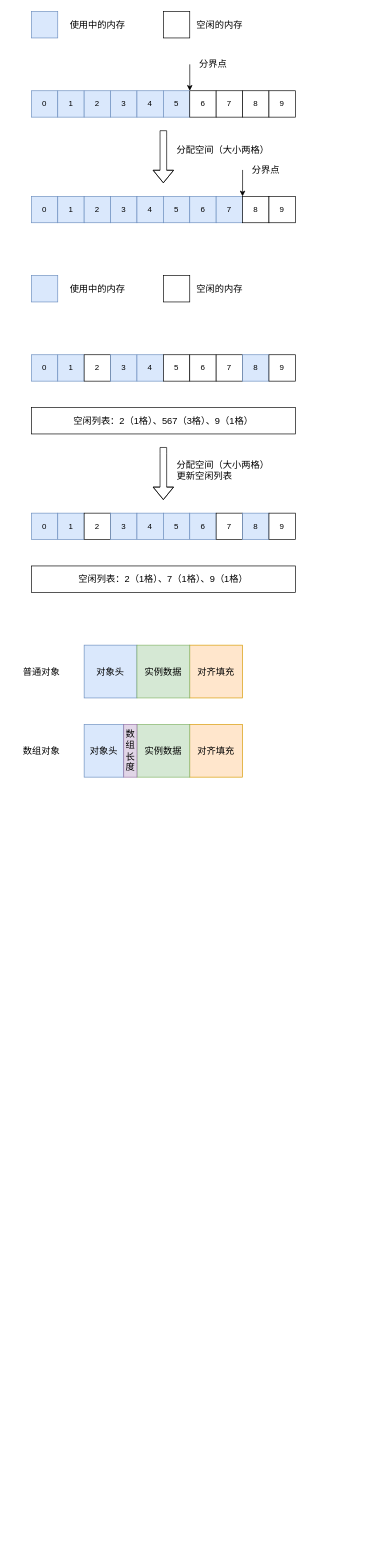
This is 漫谈 对象创建的过程/漫谈 对象创建的过程.drawio from zero-97/picture-of-the-article, a draw.io file, before an edit. Source tidied: cells renumbered, new cells numbered last; positions are measured from the earlier drawing's top-left corner, leaving out a move shared by most shapes. Both pictures are drawn from the tidied source at 66%, with x=0, y=0 at pixel (18, 11).
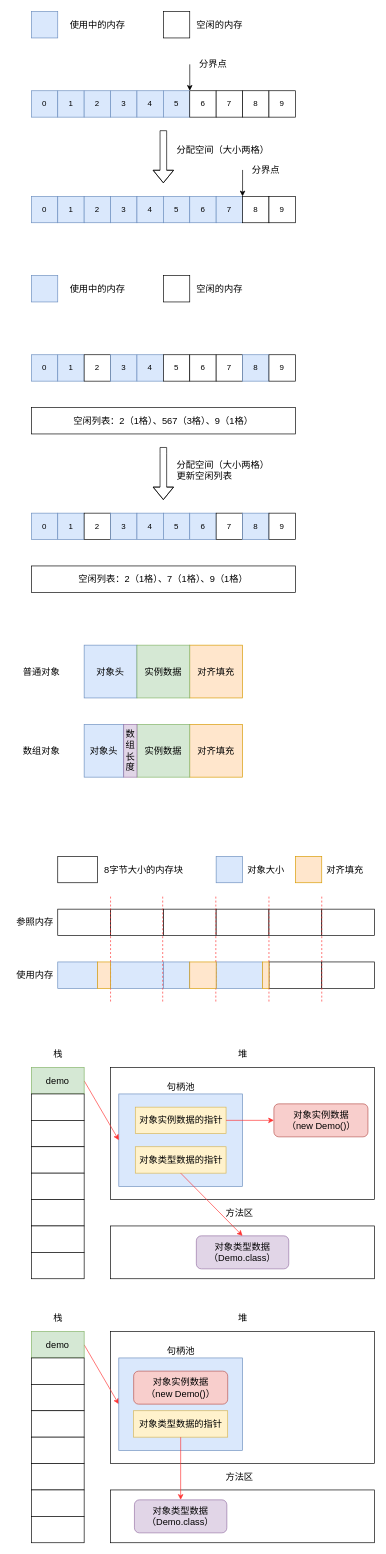
Above is the later version.

Commit message:
Update 漫谈 对象创建的过程.drawio

What changed in the source:
```diff
@@
+    <mxCell id="70" style="rounded=0;whiteSpace=wrap;html=1;fontSize=14;align=center;" parent="1" vertex="1">
+      <mxGeometry x="140" y="1600" width="400" height="200" as="geometry" />
+    </mxCell>
+    <mxCell id="71" style="rounded=0;whiteSpace=wrap;html=1;fontSize=14;align=center;fillColor=#dae8fc;strokeColor=#6c8ebf;" parent="1" vertex="1">
+      <mxGeometry x="152.5" y="1640" width="187.5" height="140" as="geometry" />
+    </mxCell>
@@
+    <mxCell id="72" style="rounded=0;whiteSpace=wrap;html=1;fontSize=14;align=center;" parent="1" vertex="1">
+      <mxGeometry x="60" y="1280" width="60" height="40" as="geometry" />
+    </mxCell>
+    <mxCell id="73" style="rounded=0;whiteSpace=wrap;html=1;fontSize=14;align=center;" parent="1" vertex="1">
+      <mxGeometry x="60" y="1360" width="80" height="40" as="geometry" />
+    </mxCell>
+    <mxCell id="74" value="8字节大小的内存块" style="text;html=1;align=center;verticalAlign=middle;strokeColor=none;fillColor=none;fontSize=14;" parent="1" vertex="1">
+      <mxGeometry x="120" y="1290" width="140" height="20" as="geometry" />
+    </mxCell>
+    <mxCell id="75" style="rounded=0;whiteSpace=wrap;html=1;fontSize=14;align=center;fillColor=#dae8fc;strokeColor=#6c8ebf;" parent="1" vertex="1">
+      <mxGeometry x="300" y="1280" width="40" height="40" as="geometry" />
+    </mxCell>
+    <mxCell id="76" value="对象大小" style="text;html=1;align=center;verticalAlign=middle;strokeColor=none;fillColor=none;fontSize=14;" parent="1" vertex="1">
+      <mxGeometry x="340" y="1290" width="70" height="20" as="geometry" />
+    </mxCell>
+    <mxCell id="77" style="rounded=0;whiteSpace=wrap;html=1;fontSize=14;align=center;fillColor=#ffe6cc;strokeColor=#d79b00;" parent="1" vertex="1">
+      <mxGeometry x="420" y="1280" width="40" height="40" as="geometry" />
+    </mxCell>
+    <mxCell id="78" style="rounded=0;whiteSpace=wrap;html=1;fontSize=14;align=center;" parent="1" vertex="1">
+      <mxGeometry x="140" y="1360" width="80" height="40" as="geometry" />
+    </mxCell>
+    <mxCell id="79" style="rounded=0;whiteSpace=wrap;html=1;fontSize=14;align=center;" parent="1" vertex="1">
+      <mxGeometry x="220" y="1360" width="80" height="40" as="geometry" />
+    </mxCell>
+    <mxCell id="80" style="rounded=0;whiteSpace=wrap;html=1;fontSize=14;align=center;" parent="1" vertex="1">
+      <mxGeometry x="300" y="1360" width="80" height="40" as="geometry" />
+    </mxCell>
+    <mxCell id="81" style="rounded=0;whiteSpace=wrap;html=1;fontSize=14;align=center;" parent="1" vertex="1">
+      <mxGeometry x="380" y="1360" width="80" height="40" as="geometry" />
+    </mxCell>
+    <mxCell id="82" style="rounded=0;whiteSpace=wrap;html=1;fontSize=14;align=center;" parent="1" vertex="1">
+      <mxGeometry x="460" y="1360" width="80" height="40" as="geometry" />
+    </mxCell>
+    <mxCell id="83" value="对齐填充" style="text;html=1;align=center;verticalAlign=middle;strokeColor=none;fillColor=none;fontSize=14;" parent="1" vertex="1">
+      <mxGeometry x="460" y="1290" width="70" height="20" as="geometry" />
+    </mxCell>
+    <mxCell id="84" style="rounded=0;whiteSpace=wrap;html=1;fontSize=14;align=center;fillColor=#dae8fc;strokeColor=#6c8ebf;" parent="1" vertex="1">
+      <mxGeometry x="60" y="1440" width="60" height="40" as="geometry" />
+    </mxCell>
+    <mxCell id="85" style="rounded=0;whiteSpace=wrap;html=1;fontSize=14;align=center;fillColor=#dae8fc;strokeColor=#6c8ebf;" parent="1" vertex="1">
+      <mxGeometry x="140" y="1440" width="80" height="40" as="geometry" />
+    </mxCell>
+    <mxCell id="86" style="rounded=0;whiteSpace=wrap;html=1;fontSize=14;align=center;fillColor=#dae8fc;strokeColor=#6c8ebf;" parent="1" vertex="1">
+      <mxGeometry x="220" y="1440" width="40" height="40" as="geometry" />
+    </mxCell>
+    <mxCell id="87" style="rounded=0;whiteSpace=wrap;html=1;fontSize=14;align=center;fillColor=#dae8fc;strokeColor=#6c8ebf;" parent="1" vertex="1">
+      <mxGeometry x="300" y="1440" width="70" height="40" as="geometry" />
+    </mxCell>
+    <mxCell id="88" style="rounded=0;whiteSpace=wrap;html=1;fontSize=14;align=center;" parent="1" vertex="1">
+      <mxGeometry x="380" y="1440" width="80" height="40" as="geometry" />
+    </mxCell>
+    <mxCell id="89" style="rounded=0;whiteSpace=wrap;html=1;fontSize=14;align=center;" parent="1" vertex="1">
+      <mxGeometry x="460" y="1440" width="80" height="40" as="geometry" />
+    </mxCell>
+    <mxCell id="90" value="参照内存" style="text;html=1;align=center;verticalAlign=middle;strokeColor=none;fillColor=none;fontSize=14;" parent="1" vertex="1">
+      <mxGeometry x="-10" y="1370" width="70" height="20" as="geometry" />
+    </mxCell>
+    <mxCell id="91" value="使用内存" style="text;html=1;align=center;verticalAlign=middle;strokeColor=none;fillColor=none;fontSize=14;" parent="1" vertex="1">
+      <mxGeometry x="-10" y="1450" width="70" height="20" as="geometry" />
+    </mxCell>
+    <mxCell id="92" style="endArrow=none;dashed=1;html=1;rounded=0;fontSize=14;strokeColor=#FF3333;" parent="1" edge="1">
+      <mxGeometry relative="1" as="geometry">
+        <mxPoint x="140" y="1500" as="sourcePoint" />
+        <mxPoint x="140" y="1340" as="targetPoint" />
+      </mxGeometry>
+    </mxCell>
+    <mxCell id="93" style="endArrow=none;dashed=1;html=1;rounded=0;fontSize=14;strokeColor=#FF3333;" parent="1" edge="1">
+      <mxGeometry relative="1" as="geometry">
+        <mxPoint x="219" y="1500" as="sourcePoint" />
+        <mxPoint x="219" y="1340" as="targetPoint" />
+      </mxGeometry>
+    </mxCell>
+    <mxCell id="94" style="endArrow=none;dashed=1;html=1;rounded=0;fontSize=14;strokeColor=#FF3333;" parent="1" edge="1">
+      <mxGeometry relative="1" as="geometry">
+        <mxPoint x="299.5" y="1500" as="sourcePoint" />
+        <mxPoint x="299.5" y="1340" as="targetPoint" />
+      </mxGeometry>
+    </mxCell>
+    <mxCell id="95" style="endArrow=none;dashed=1;html=1;rounded=0;fontSize=14;strokeColor=#FF3333;" parent="1" edge="1">
+      <mxGeometry relative="1" as="geometry">
+        <mxPoint x="380" y="1500" as="sourcePoint" />
+        <mxPoint x="380" y="1340" as="targetPoint" />
+      </mxGeometry>
+    </mxCell>
+    <mxCell id="96" style="endArrow=none;dashed=1;html=1;rounded=0;fontSize=14;strokeColor=#FF3333;" parent="1" edge="1">
+      <mxGeometry relative="1" as="geometry">
+        <mxPoint x="460" y="1500" as="sourcePoint" />
+        <mxPoint x="460" y="1340" as="targetPoint" />
+      </mxGeometry>
+    </mxCell>
+    <mxCell id="97" style="rounded=0;whiteSpace=wrap;html=1;fontSize=14;align=center;fillColor=#ffe6cc;strokeColor=#d79b00;" parent="1" vertex="1">
+      <mxGeometry x="120" y="1440" width="20" height="40" as="geometry" />
+    </mxCell>
+    <mxCell id="98" style="rounded=0;whiteSpace=wrap;html=1;fontSize=14;align=center;fillColor=#ffe6cc;strokeColor=#d79b00;" parent="1" vertex="1">
+      <mxGeometry x="260" y="1440" width="40" height="40" as="geometry" />
+    </mxCell>
+    <mxCell id="99" style="rounded=0;whiteSpace=wrap;html=1;fontSize=14;align=center;fillColor=#ffe6cc;strokeColor=#d79b00;" parent="1" vertex="1">
+      <mxGeometry x="370" y="1440" width="10" height="40" as="geometry" />
+    </mxCell>
+    <mxCell id="100" value="栈" style="text;html=1;align=center;verticalAlign=middle;strokeColor=none;fillColor=none;fontSize=14;" parent="1" vertex="1">
+      <mxGeometry x="45" y="1570" width="30" height="20" as="geometry" />
+    </mxCell>
+    <mxCell id="101" style="rounded=0;jettySize=auto;html=1;fontSize=14;fontColor=#000000;strokeColor=#FF3333;exitX=1;exitY=0.5;exitDx=0;exitDy=0;entryX=0;entryY=0.5;entryDx=0;entryDy=0;" parent="1" edge="1" source="102" target="71">
+      <mxGeometry relative="1" as="geometry" />
+    </mxCell>
+    <mxCell id="102" value="demo" style="rounded=0;whiteSpace=wrap;html=1;fontSize=14;align=center;fillColor=#d5e8d4;strokeColor=#82b366;" parent="1" vertex="1">
+      <mxGeometry x="20" y="1600" width="80" height="40" as="geometry" />
+    </mxCell>
+    <mxCell id="103" style="rounded=0;whiteSpace=wrap;html=1;fontSize=14;align=center;" parent="1" vertex="1">
+      <mxGeometry x="20" y="1640" width="80" height="40" as="geometry" />
+    </mxCell>
+    <mxCell id="104" style="rounded=0;whiteSpace=wrap;html=1;fontSize=14;align=center;" parent="1" vertex="1">
+      <mxGeometry x="20" y="1680" width="80" height="40" as="geometry" />
+    </mxCell>
+    <mxCell id="105" style="rounded=0;whiteSpace=wrap;html=1;fontSize=14;align=center;" parent="1" vertex="1">
+      <mxGeometry x="20" y="1720" width="80" height="40" as="geometry" />
+    </mxCell>
+    <mxCell id="106" style="rounded=0;whiteSpace=wrap;html=1;fontSize=14;align=center;" parent="1" vertex="1">
+      <mxGeometry x="20" y="1760" width="80" height="40" as="geometry" />
+    </mxCell>
+    <mxCell id="107" style="rounded=0;whiteSpace=wrap;html=1;fontSize=14;align=center;" parent="1" vertex="1">
+      <mxGeometry x="140" y="1840" width="400" height="80" as="geometry" />
+    </mxCell>
+    <mxCell id="108" value="堆" style="text;html=1;align=center;verticalAlign=middle;strokeColor=none;fillColor=none;fontSize=14;" parent="1" vertex="1">
+      <mxGeometry x="325" y="1570" width="30" height="20" as="geometry" />
+    </mxCell>
+    <mxCell id="109" value="方法区" style="text;html=1;align=center;verticalAlign=middle;strokeColor=none;fillColor=none;fontSize=14;" parent="1" vertex="1">
+      <mxGeometry x="305" y="1810" width="60" height="20" as="geometry" />
+    </mxCell>
+    <mxCell id="110" value="&lt;font color=&quot;#000000&quot;&gt;对象实例数据&lt;br&gt;（new Demo()）&lt;br&gt;&lt;/font&gt;" style="rounded=1;whiteSpace=wrap;html=1;fontSize=14;align=center;fillColor=#f8cecc;strokeColor=#b85450;" parent="1" vertex="1">
+      <mxGeometry x="387.5" y="1655" width="142.5" height="50" as="geometry" />
+    </mxCell>
+    <mxCell id="111" value="&lt;font color=&quot;#000000&quot;&gt;对象类型数据&lt;br&gt;（Demo.class）&lt;br&gt;&lt;/font&gt;" style="rounded=1;whiteSpace=wrap;html=1;fontSize=14;align=center;fillColor=#e1d5e7;strokeColor=#9673a6;" parent="1" vertex="1">
+      <mxGeometry x="270" y="1855" width="140" height="50" as="geometry" />
+    </mxCell>
+    <mxCell id="112" value="对象类型数据的指针" style="rounded=0;whiteSpace=wrap;html=1;fontSize=14;align=center;fillColor=#fff2cc;strokeColor=#d6b656;" parent="1" vertex="1">
+      <mxGeometry x="177.5" y="1720" width="137.5" height="40" as="geometry" />
+    </mxCell>
+    <mxCell id="113" value="对象实例数据的指针" style="rounded=0;whiteSpace=wrap;html=1;fontSize=14;align=center;fillColor=#fff2cc;strokeColor=#d6b656;" parent="1" vertex="1">
+      <mxGeometry x="177.5" y="1660" width="137.5" height="40" as="geometry" />
+    </mxCell>
+    <mxCell id="114" style="rounded=0;whiteSpace=wrap;html=1;fontSize=14;align=center;" parent="1" vertex="1">
+      <mxGeometry x="20" y="1800" width="80" height="40" as="geometry" />
+    </mxCell>
+    <mxCell id="115" style="rounded=0;whiteSpace=wrap;html=1;fontSize=14;align=center;" parent="1" vertex="1">
+      <mxGeometry x="20" y="1840" width="80" height="40" as="geometry" />
+    </mxCell>
+    <mxCell id="116" value="句柄池" style="text;html=1;align=center;verticalAlign=middle;strokeColor=none;fillColor=none;fontSize=14;" parent="1" vertex="1">
+      <mxGeometry x="216.2" y="1620" width="60" height="20" as="geometry" />
+    </mxCell>
+    <mxCell id="117" style="rounded=0;jettySize=auto;html=1;fontSize=14;fontColor=#000000;strokeColor=#FF3333;entryX=0;entryY=0.5;entryDx=0;entryDy=0;exitX=1;exitY=0.5;exitDx=0;exitDy=0;" parent="1" edge="1" source="113" target="110">
+      <mxGeometry relative="1" as="geometry" />
+    </mxCell>
+    <mxCell id="118" style="rounded=0;jettySize=auto;html=1;fontSize=14;fontColor=#000000;strokeColor=#FF3333;entryX=0.5;entryY=0;entryDx=0;entryDy=0;exitX=0.5;exitY=1;exitDx=0;exitDy=0;" parent="1" edge="1" source="112" target="111">
+      <mxGeometry relative="1" as="geometry" />
+    </mxCell>
+    <mxCell id="119" style="rounded=0;whiteSpace=wrap;html=1;fontSize=14;align=center;" parent="1" vertex="1">
+      <mxGeometry x="140" y="2000" width="400" height="200" as="geometry" />
+    </mxCell>
+    <mxCell id="120" value="栈" style="text;html=1;align=center;verticalAlign=middle;strokeColor=none;fillColor=none;fontSize=14;" parent="1" vertex="1">
+      <mxGeometry x="45" y="1970" width="30" height="20" as="geometry" />
+    </mxCell>
+    <mxCell id="121" style="rounded=0;jettySize=auto;html=1;fontSize=14;fontColor=#000000;strokeColor=#FF3333;entryX=0;entryY=0.5;entryDx=0;entryDy=0;exitX=1;exitY=0.5;exitDx=0;exitDy=0;" parent="1" edge="1" source="122" target="136">
+      <mxGeometry relative="1" as="geometry" />
+    </mxCell>
+    <mxCell id="122" value="demo" style="rounded=0;whiteSpace=wrap;html=1;fontSize=14;align=center;fillColor=#d5e8d4;strokeColor=#82b366;" parent="1" vertex="1">
+      <mxGeometry x="20" y="2000" width="80" height="40" as="geometry" />
+    </mxCell>
+    <mxCell id="123" style="rounded=0;whiteSpace=wrap;html=1;fontSize=14;align=center;" parent="1" vertex="1">
+      <mxGeometry x="20" y="2040" width="80" height="40" as="geometry" />
+    </mxCell>
+    <mxCell id="124" style="rounded=0;whiteSpace=wrap;html=1;fontSize=14;align=center;" parent="1" vertex="1">
+      <mxGeometry x="20" y="2080" width="80" height="40" as="geometry" />
+    </mxCell>
+    <mxCell id="125" style="rounded=0;whiteSpace=wrap;html=1;fontSize=14;align=center;" parent="1" vertex="1">
+      <mxGeometry x="20" y="2120" width="80" height="40" as="geometry" />
+    </mxCell>
+    <mxCell id="126" style="rounded=0;whiteSpace=wrap;html=1;fontSize=14;align=center;" parent="1" vertex="1">
+      <mxGeometry x="20" y="2160" width="80" height="40" as="geometry" />
+    </mxCell>
+    <mxCell id="127" style="rounded=0;whiteSpace=wrap;html=1;fontSize=14;align=center;" parent="1" vertex="1">
+      <mxGeometry x="140" y="2240" width="400" height="80" as="geometry" />
+    </mxCell>
+    <mxCell id="128" value="堆" style="text;html=1;align=center;verticalAlign=middle;strokeColor=none;fillColor=none;fontSize=14;" parent="1" vertex="1">
+      <mxGeometry x="325" y="1970" width="30" height="20" as="geometry" />
+    </mxCell>
+    <mxCell id="129" value="方法区" style="text;html=1;align=center;verticalAlign=middle;strokeColor=none;fillColor=none;fontSize=14;" parent="1" vertex="1">
+      <mxGeometry x="305" y="2210" width="60" height="20" as="geometry" />
+    </mxCell>
+    <mxCell id="130" value="&lt;font color=&quot;#000000&quot;&gt;对象类型数据&lt;br&gt;（Demo.class）&lt;br&gt;&lt;/font&gt;" style="rounded=1;whiteSpace=wrap;html=1;fontSize=14;align=center;fillColor=#e1d5e7;strokeColor=#9673a6;" parent="1" vertex="1">
+      <mxGeometry x="176.2" y="2255" width="140" height="50" as="geometry" />
+    </mxCell>
+    <mxCell id="131" style="rounded=0;whiteSpace=wrap;html=1;fontSize=14;align=center;" parent="1" vertex="1">
+      <mxGeometry x="20" y="2200" width="80" height="40" as="geometry" />
+    </mxCell>
+    <mxCell id="132" style="rounded=0;whiteSpace=wrap;html=1;fontSize=14;align=center;" parent="1" vertex="1">
+      <mxGeometry x="20" y="2240" width="80" height="40" as="geometry" />
+    </mxCell>
+    <mxCell id="133" value="句柄池" style="text;html=1;align=center;verticalAlign=middle;strokeColor=none;fillColor=none;fontSize=14;" parent="1" vertex="1">
+      <mxGeometry x="216.2" y="2020" width="60" height="20" as="geometry" />
+    </mxCell>
+    <mxCell id="134" style="rounded=0;whiteSpace=wrap;html=1;fontSize=14;align=center;" parent="1" vertex="1">
+      <mxGeometry x="20" y="1880" width="80" height="40" as="geometry" />
+    </mxCell>
+    <mxCell id="135" style="rounded=0;whiteSpace=wrap;html=1;fontSize=14;align=center;" parent="1" vertex="1">
+      <mxGeometry x="20" y="2280" width="80" height="40" as="geometry" />
+    </mxCell>
+    <mxCell id="136" style="rounded=0;whiteSpace=wrap;html=1;fontSize=14;align=center;fillColor=#dae8fc;strokeColor=#6c8ebf;" parent="1" vertex="1">
+      <mxGeometry x="152.5" y="2040" width="187.5" height="140" as="geometry" />
+    </mxCell>
+    <mxCell id="137" value="对象类型数据的指针" style="rounded=0;whiteSpace=wrap;html=1;fontSize=14;align=center;fillColor=#fff2cc;strokeColor=#d6b656;" parent="1" vertex="1">
+      <mxGeometry x="175" y="2120" width="142.5" height="40" as="geometry" />
+    </mxCell>
+    <mxCell id="138" style="rounded=0;jettySize=auto;html=1;fontSize=14;fontColor=#000000;strokeColor=#FF3333;entryX=0.5;entryY=0;entryDx=0;entryDy=0;exitX=0.5;exitY=1;exitDx=0;exitDy=0;" parent="1" edge="1" source="137" target="130">
+      <mxGeometry relative="1" as="geometry" />
+    </mxCell>
+    <mxCell id="139" value="&lt;font color=&quot;#000000&quot;&gt;对象实例数据&lt;br&gt;（new Demo()）&lt;br&gt;&lt;/font&gt;" style="rounded=1;whiteSpace=wrap;html=1;fontSize=14;align=center;fillColor=#f8cecc;strokeColor=#b85450;" parent="1" vertex="1">
+      <mxGeometry x="175" y="2060" width="142.5" height="50" as="geometry" />
+    </mxCell>
```
